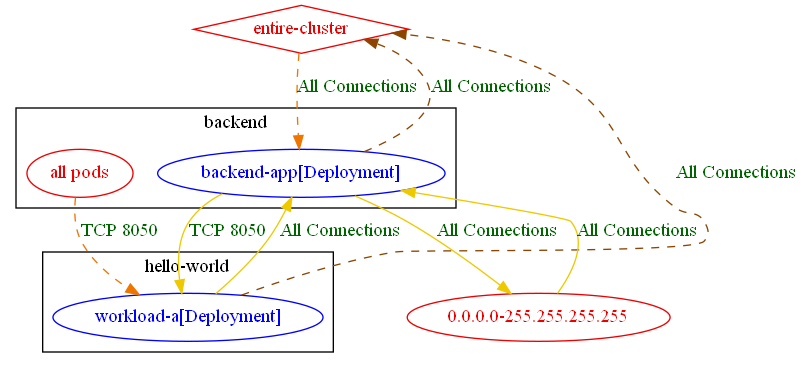
Earlier version of the Graphviz export test_outputs/connlist/exposure_test_conn_to_all_pods_in_an_existing_ns_with_ns_selector_only_connlist_output.dot.png (np-guard/netpol-analyzer). Its source is kept beside it as test_outputs/connlist/exposure_test_conn_to_all_pods_in_an_existing_ns_with_ns_selector_only_connlist_output.dot.
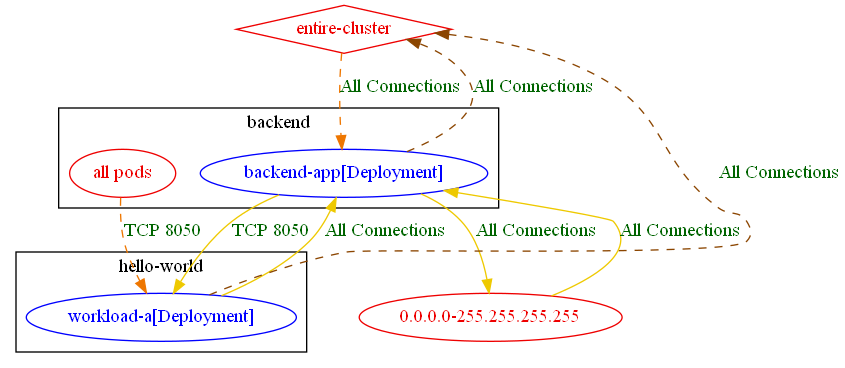
Later version of the same file.

Change to the diagram source:
```diff
@@ -14,12 +14,12 @@
 	}
 	"0.0.0.0-255.255.255.255" [label="0.0.0.0-255.255.255.255" color="red2" fontcolor="red2"]
 	"entire-cluster" [label="entire-cluster" color="red2" fontcolor="red2" shape=diamond]
-	"0.0.0.0-255.255.255.255" -> "backend/backend-app[Deployment]" [label="All Connections" color="gold2" fontcolor="darkgreen"]
+	"0.0.0.0-255.255.255.255" -> "backend/backend-app[Deployment]" [label="All Connections" color="gold2" fontcolor="darkgreen" weight=0.5]
 	"all pods_in_backend" -> "hello-world/workload-a[Deployment]" [label="TCP 8050" color="darkorange2" fontcolor="darkgreen" weight=1 style=dashed]
-	"backend/backend-app[Deployment]" -> "0.0.0.0-255.255.255.255" [label="All Connections" color="gold2" fontcolor="darkgreen"]
+	"backend/backend-app[Deployment]" -> "0.0.0.0-255.255.255.255" [label="All Connections" color="gold2" fontcolor="darkgreen" weight=1]
 	"backend/backend-app[Deployment]" -> "entire-cluster" [label="All Connections" color="darkorange4" fontcolor="darkgreen" weight=0.5 style=dashed]
-	"backend/backend-app[Deployment]" -> "hello-world/workload-a[Deployment]" [label="TCP 8050" color="gold2" fontcolor="darkgreen"]
+	"backend/backend-app[Deployment]" -> "hello-world/workload-a[Deployment]" [label="TCP 8050" color="gold2" fontcolor="darkgreen" weight=0.5]
 	"entire-cluster" -> "backend/backend-app[Deployment]" [label="All Connections" color="darkorange2" fontcolor="darkgreen" weight=1 style=dashed]
-	"hello-world/workload-a[Deployment]" -> "backend/backend-app[Deployment]" [label="All Connections" color="gold2" fontcolor="darkgreen"]
+	"hello-world/workload-a[Deployment]" -> "backend/backend-app[Deployment]" [label="All Connections" color="gold2" fontcolor="darkgreen" weight=1]
 	"hello-world/workload-a[Deployment]" -> "entire-cluster" [label="All Connections" color="darkorange4" fontcolor="darkgreen" weight=0.5 style=dashed]
 }
```
